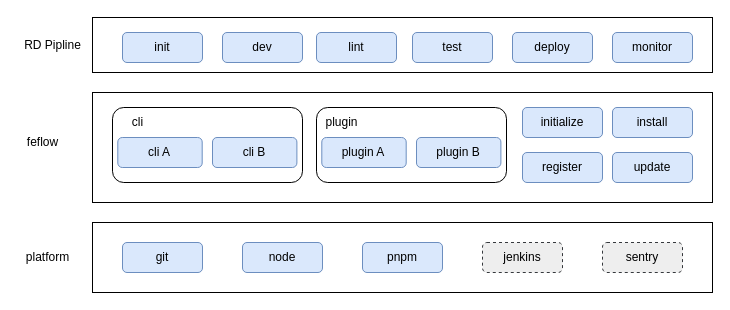
Earlier version of the draw.io diagram Untitled Diagram.drawio (1587319019/diagrams). Source tidied: cells renumbered, new cells numbered last; positions are measured from the earlier drawing's top-left corner, leaving out a move shared by most shapes. Both pictures are drawn from the tidied source at 100%, with x=0, y=0 at pixel (17, 17).
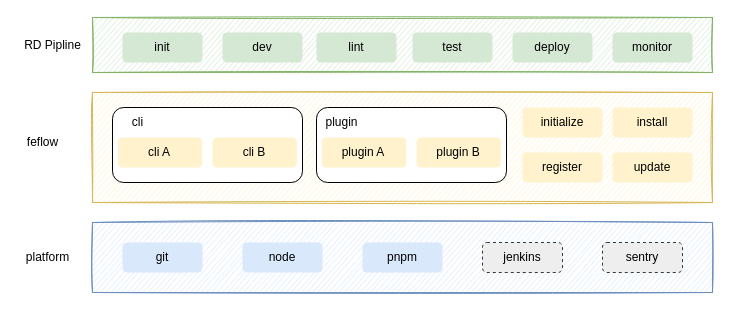
The same page after the edit.

Commit message:
更新feflow上下游.drawio

Change to the diagram source:
```diff
@@
-    <mxCell id="2" style="group;" parent="1" vertex="1">
-      <mxGeometry width="695" height="275" as="geometry" />
-    </mxCell>
-    <mxCell id="3" style="rounded=0;whiteSpace=wrap;html=1;" parent="2" vertex="1">
+    <mxCell id="3" style="rounded=0;whiteSpace=wrap;html=1;fillColor=#d5e8d4;strokeColor=#82b366;sketch=1;" parent="1" vertex="1">
       <mxGeometry x="75" width="620" height="55" as="geometry" />
     </mxCell>
-    <mxCell id="4" value="init" style="rounded=1;whiteSpace=wrap;html=1;fillColor=#dae8fc;strokeColor=#6c8ebf;" parent="2" vertex="1">
+    <mxCell id="4" value="init" style="rounded=1;whiteSpace=wrap;html=1;fillColor=#d5e8d4;strokeColor=none;" parent="1" vertex="1">
       <mxGeometry x="105" y="15" width="80" height="30" as="geometry" />
     </mxCell>
-    <mxCell id="5" value="dev" style="rounded=1;whiteSpace=wrap;html=1;fillColor=#dae8fc;strokeColor=#6c8ebf;" parent="2" vertex="1">
+    <mxCell id="5" value="dev" style="rounded=1;whiteSpace=wrap;html=1;fillColor=#d5e8d4;strokeColor=none;" parent="1" vertex="1">
       <mxGeometry x="205" y="15" width="80" height="30" as="geometry" />
     </mxCell>
-    <mxCell id="6" value="test" style="rounded=1;whiteSpace=wrap;html=1;fillColor=#dae8fc;strokeColor=#6c8ebf;" parent="2" vertex="1">
+    <mxCell id="6" value="test" style="rounded=1;whiteSpace=wrap;html=1;fillColor=#d5e8d4;strokeColor=none;" parent="1" vertex="1">
       <mxGeometry x="395" y="15" width="80" height="30" as="geometry" />
     </mxCell>
-    <mxCell id="7" value="deploy" style="rounded=1;whiteSpace=wrap;html=1;fillColor=#dae8fc;strokeColor=#6c8ebf;" parent="2" vertex="1">
+    <mxCell id="7" value="deploy" style="rounded=1;whiteSpace=wrap;html=1;fillColor=#d5e8d4;strokeColor=none;" parent="1" vertex="1">
       <mxGeometry x="495" y="15" width="80" height="30" as="geometry" />
     </mxCell>
-    <mxCell id="8" value="monitor" style="rounded=1;whiteSpace=wrap;html=1;fillColor=#dae8fc;strokeColor=#6c8ebf;" parent="2" vertex="1">
+    <mxCell id="8" value="monitor" style="rounded=1;whiteSpace=wrap;html=1;fillColor=#d5e8d4;strokeColor=none;" parent="1" vertex="1">
       <mxGeometry x="595" y="15" width="80" height="30" as="geometry" />
     </mxCell>
-    <mxCell id="9" value="lint" style="rounded=1;whiteSpace=wrap;html=1;fillColor=#dae8fc;strokeColor=#6c8ebf;" parent="2" vertex="1">
+    <mxCell id="9" value="lint" style="rounded=1;whiteSpace=wrap;html=1;fillColor=#d5e8d4;strokeColor=none;" parent="1" vertex="1">
       <mxGeometry x="299" y="15" width="80" height="30" as="geometry" />
     </mxCell>
-    <mxCell id="10" value="RD Pipline" style="text;html=1;align=center;verticalAlign=middle;fillColor=none;strokeColor=none;rounded=0;" parent="2" vertex="1">
+    <mxCell id="10" value="RD Pipline" style="text;html=1;align=center;verticalAlign=middle;fillColor=none;strokeColor=none;rounded=0;" parent="1" vertex="1">
       <mxGeometry y="17.5" width="70" height="20" as="geometry" />
     </mxCell>
-    <mxCell id="11" style="rounded=0;whiteSpace=wrap;html=1;" parent="2" vertex="1">
+    <mxCell id="11" style="rounded=0;whiteSpace=wrap;html=1;fillColor=#fff2cc;strokeColor=#d6b656;sketch=1;" parent="1" vertex="1">
       <mxGeometry x="75" y="75" width="620" height="110" as="geometry" />
     </mxCell>
-    <mxCell id="12" value="feflow" style="text;html=1;align=center;verticalAlign=middle;fillColor=none;strokeColor=none;rounded=0;" parent="2" vertex="1">
+    <mxCell id="12" value="feflow" style="text;html=1;align=center;verticalAlign=middle;fillColor=none;strokeColor=none;rounded=0;" parent="1" vertex="1">
       <mxGeometry y="115" width="50" height="20" as="geometry" />
     </mxCell>
-    <mxCell id="13" value="initialize" style="rounded=1;whiteSpace=wrap;html=1;fillColor=#dae8fc;strokeColor=#6c8ebf;" parent="2" vertex="1">
+    <mxCell id="13" value="initialize" style="rounded=1;whiteSpace=wrap;html=1;fillColor=#fff2cc;strokeColor=none;" parent="1" vertex="1">
       <mxGeometry x="505" y="90" width="80" height="30" as="geometry" />
     </mxCell>
-    <mxCell id="14" value="install" style="rounded=1;whiteSpace=wrap;html=1;fillColor=#dae8fc;strokeColor=#6c8ebf;" parent="2" vertex="1">
+    <mxCell id="14" value="install" style="rounded=1;whiteSpace=wrap;html=1;fillColor=#fff2cc;strokeColor=none;" parent="1" vertex="1">
       <mxGeometry x="595" y="90" width="80" height="30" as="geometry" />
     </mxCell>
-    <mxCell id="15" value="register" style="rounded=1;whiteSpace=wrap;html=1;fillColor=#dae8fc;strokeColor=#6c8ebf;" parent="2" vertex="1">
+    <mxCell id="15" value="register" style="rounded=1;whiteSpace=wrap;html=1;fillColor=#fff2cc;strokeColor=none;" parent="1" vertex="1">
       <mxGeometry x="505" y="135" width="80" height="30" as="geometry" />
     </mxCell>
-    <mxCell id="16" value="update" style="rounded=1;whiteSpace=wrap;html=1;fillColor=#dae8fc;strokeColor=#6c8ebf;" parent="2" vertex="1">
+    <mxCell id="16" value="update" style="rounded=1;whiteSpace=wrap;html=1;fillColor=#fff2cc;strokeColor=none;" parent="1" vertex="1">
       <mxGeometry x="595" y="135" width="80" height="30" as="geometry" />
     </mxCell>
-    <mxCell id="17" style="group;" parent="2" vertex="1">
-      <mxGeometry y="205" width="695" height="70" as="geometry" />
-    </mxCell>
-    <mxCell id="18" style="rounded=0;whiteSpace=wrap;html=1;" parent="17" vertex="1">
-      <mxGeometry x="75" width="620" height="70" as="geometry" />
-    </mxCell>
-    <mxCell id="19" value="git" style="rounded=1;whiteSpace=wrap;html=1;fillColor=#dae8fc;strokeColor=#6c8ebf;" parent="17" vertex="1">
-      <mxGeometry x="105" y="20" width="80" height="30" as="geometry" />
-    </mxCell>
-    <mxCell id="20" value="jenkins" style="rounded=1;whiteSpace=wrap;html=1;fillColor=#eeeeee;strokeColor=#36393d;dashed=1;" parent="17" vertex="1">
-      <mxGeometry x="465" y="20" width="80" height="30" as="geometry" />
-    </mxCell>
-    <mxCell id="21" value="pnpm" style="rounded=1;whiteSpace=wrap;html=1;fillColor=#dae8fc;strokeColor=#6c8ebf;" parent="17" vertex="1">
-      <mxGeometry x="345" y="20" width="80" height="30" as="geometry" />
-    </mxCell>
-    <mxCell id="22" value="platform" style="text;html=1;align=center;verticalAlign=middle;fillColor=none;strokeColor=none;rounded=0;" parent="17" vertex="1">
-      <mxGeometry y="25" width="60" height="20" as="geometry" />
-    </mxCell>
-    <mxCell id="23" value="sentry" style="rounded=1;whiteSpace=wrap;html=1;fillColor=#eeeeee;strokeColor=#36393d;dashed=1;" parent="17" vertex="1">
-      <mxGeometry x="585" y="20" width="80" height="30" as="geometry" />
-    </mxCell>
-    <mxCell id="24" value="node" style="rounded=1;whiteSpace=wrap;html=1;fillColor=#dae8fc;strokeColor=#6c8ebf;" parent="17" vertex="1">
-      <mxGeometry x="225" y="20" width="80" height="30" as="geometry" />
-    </mxCell>
-    <mxCell id="25" style="rounded=1;whiteSpace=wrap;html=1;" parent="2" vertex="1">
+    <mxCell id="25" style="rounded=1;whiteSpace=wrap;html=1;" parent="1" vertex="1">
       <mxGeometry x="95" y="90" width="190" height="75" as="geometry" />
     </mxCell>
-    <mxCell id="26" value="cli" style="text;html=1;align=center;verticalAlign=middle;fillColor=none;strokeColor=none;rounded=0;" parent="2" vertex="1">
+    <mxCell id="26" value="cli" style="text;html=1;align=center;verticalAlign=middle;fillColor=none;strokeColor=none;rounded=0;" parent="1" vertex="1">
       <mxGeometry x="105" y="95" width="30" height="20" as="geometry" />
     </mxCell>
-    <mxCell id="27" value="cli A" style="rounded=1;whiteSpace=wrap;html=1;fillColor=#dae8fc;strokeColor=#6c8ebf;" parent="2" vertex="1">
+    <mxCell id="27" value="cli A" style="rounded=1;whiteSpace=wrap;html=1;fillColor=#fff2cc;strokeColor=none;" parent="1" vertex="1">
       <mxGeometry x="100.3" y="120" width="84.4" height="30" as="geometry" />
     </mxCell>
-    <mxCell id="28" value="cli B" style="rounded=1;whiteSpace=wrap;html=1;fillColor=#dae8fc;strokeColor=#6c8ebf;" parent="2" vertex="1">
+    <mxCell id="28" value="cli B" style="rounded=1;whiteSpace=wrap;html=1;fillColor=#fff2cc;strokeColor=none;" parent="1" vertex="1">
       <mxGeometry x="195" y="120" width="84.4" height="30" as="geometry" />
     </mxCell>
-    <mxCell id="29" style="rounded=1;whiteSpace=wrap;html=1;" parent="2" vertex="1">
+    <mxCell id="29" style="rounded=1;whiteSpace=wrap;html=1;" parent="1" vertex="1">
       <mxGeometry x="299" y="90" width="190" height="75" as="geometry" />
     </mxCell>
-    <mxCell id="30" value="plugin" style="text;html=1;align=center;verticalAlign=middle;fillColor=none;strokeColor=none;rounded=0;" parent="2" vertex="1">
+    <mxCell id="30" value="plugin" style="text;html=1;align=center;verticalAlign=middle;fillColor=none;strokeColor=none;rounded=0;" parent="1" vertex="1">
       <mxGeometry x="299" y="95" width="50" height="20" as="geometry" />
     </mxCell>
-    <mxCell id="31" value="plugin A" style="rounded=1;whiteSpace=wrap;html=1;fillColor=#dae8fc;strokeColor=#6c8ebf;" parent="2" vertex="1">
+    <mxCell id="31" value="plugin A" style="rounded=1;whiteSpace=wrap;html=1;fillColor=#fff2cc;strokeColor=none;" parent="1" vertex="1">
       <mxGeometry x="304.3" y="120" width="84.4" height="30" as="geometry" />
     </mxCell>
-    <mxCell id="32" value="plugin B" style="rounded=1;whiteSpace=wrap;html=1;fillColor=#dae8fc;strokeColor=#6c8ebf;" parent="2" vertex="1">
+    <mxCell id="32" value="plugin B" style="rounded=1;whiteSpace=wrap;html=1;fillColor=#fff2cc;strokeColor=none;" parent="1" vertex="1">
       <mxGeometry x="399" y="120" width="84.4" height="30" as="geometry" />
     </mxCell>
+    <mxCell id="18" style="rounded=0;whiteSpace=wrap;html=1;fillColor=#dae8fc;strokeColor=#6c8ebf;sketch=1;" parent="1" vertex="1">
+      <mxGeometry x="75" y="205" width="620" height="70" as="geometry" />
+    </mxCell>
+    <mxCell id="19" value="git" style="rounded=1;whiteSpace=wrap;html=1;fillColor=#dae8fc;strokeColor=none;" parent="1" vertex="1">
+      <mxGeometry x="105" y="225" width="80" height="30" as="geometry" />
+    </mxCell>
+    <mxCell id="20" value="jenkins" style="rounded=1;whiteSpace=wrap;html=1;fillColor=#eeeeee;strokeColor=#36393d;dashed=1;" parent="1" vertex="1">
+      <mxGeometry x="465" y="225" width="80" height="30" as="geometry" />
+    </mxCell>
+    <mxCell id="21" value="pnpm" style="rounded=1;whiteSpace=wrap;html=1;fillColor=#dae8fc;strokeColor=none;" parent="1" vertex="1">
+      <mxGeometry x="345" y="225" width="80" height="30" as="geometry" />
+    </mxCell>
+    <mxCell id="22" value="platform" style="text;html=1;align=center;verticalAlign=middle;fillColor=none;strokeColor=none;rounded=0;" parent="1" vertex="1">
+      <mxGeometry y="230" width="60" height="20" as="geometry" />
+    </mxCell>
+    <mxCell id="23" value="sentry" style="rounded=1;whiteSpace=wrap;html=1;fillColor=#eeeeee;strokeColor=#36393d;dashed=1;" parent="1" vertex="1">
+      <mxGeometry x="585" y="225" width="80" height="30" as="geometry" />
+    </mxCell>
+    <mxCell id="24" value="node" style="rounded=1;whiteSpace=wrap;html=1;fillColor=#dae8fc;strokeColor=none;" parent="1" vertex="1">
+      <mxGeometry x="225" y="225" width="80" height="30" as="geometry" />
+    </mxCell>
```
